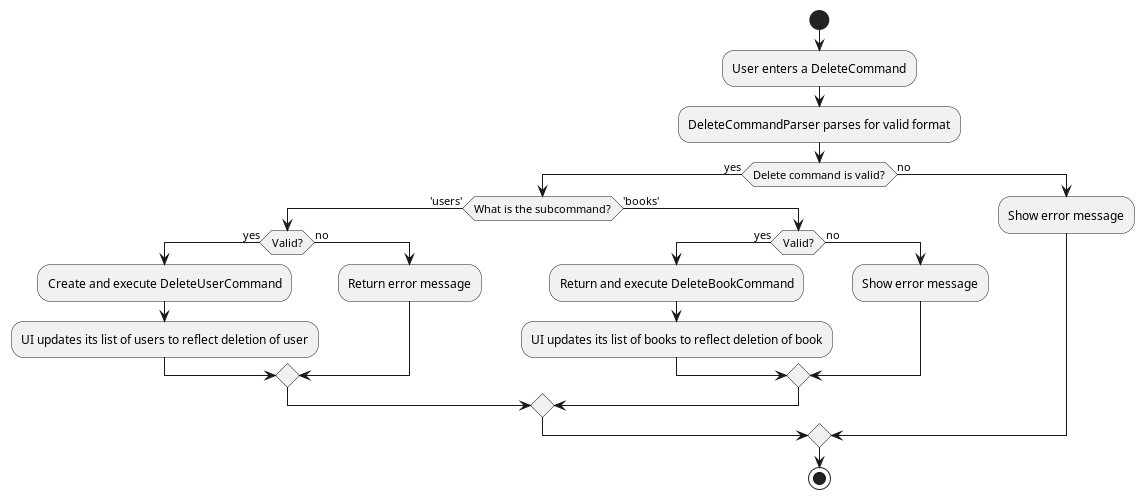
Earlier version of the PlantUML export docs/images/DeleteActivityDiagram.png (nus-cs2103-AY2223S1/tp).
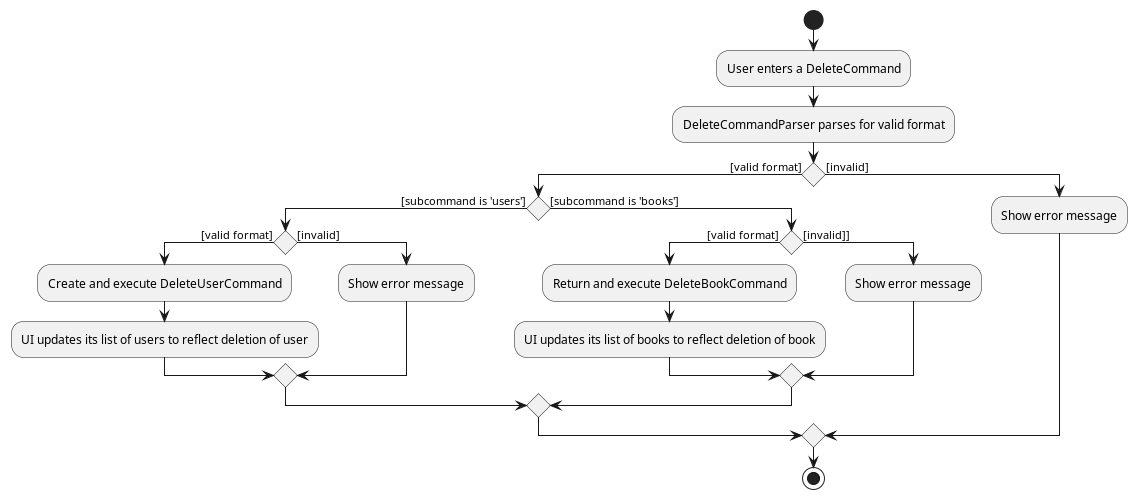
The same file after the commit.

Change to the diagram source:
```diff
@@ -3,23 +3,23 @@
 :User enters a DeleteCommand;
 :DeleteCommandParser parses for valid format;
 
-if (Delete command is valid?) then (yes)
-    if (What is the subcommand?) then ('users')
-        if (Valid?) then (yes)
+if () then ([valid format])
+    if () then ([subcommand is 'users'])
+        if () then ([valid format])
             :Create and execute DeleteUserCommand;
             :UI updates its list of users to reflect deletion of user;
-        else (no)
-            :Return error message;
+        else ([invalid])
+            :Show error message;
         endif
-    else ('books')
-        if (Valid?) then (yes)
+    else ([subcommand is 'books'])
+        if () then ([valid format])
             :Return and execute DeleteBookCommand;
             :UI updates its list of books to reflect deletion of book;
-        else (no)
+        else ([invalid]])
             :Show error message;
         endif
     endif
-else (no)
+else ([invalid])
     :Show error message;
 endif
 stop
```
